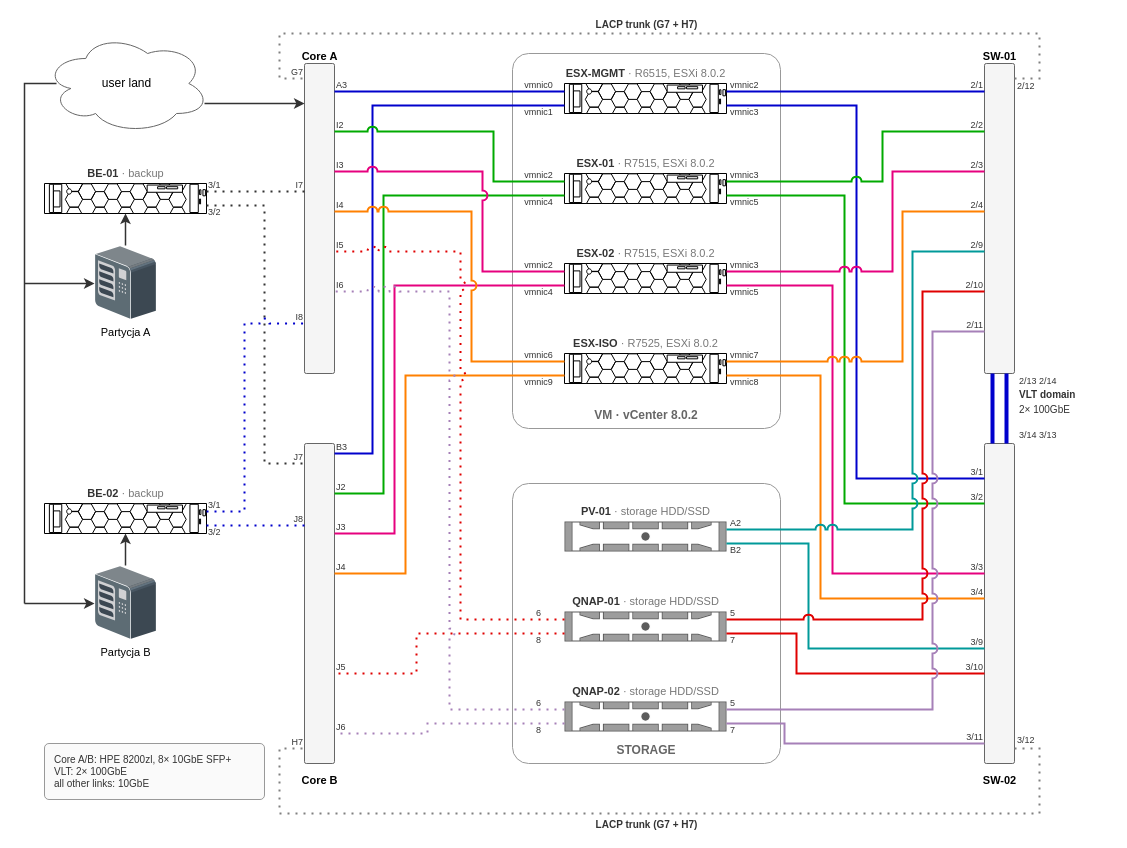
The draw.io diagram esx-V2.drawio in BO-RU-TA/mysnippets, before the edit. Source tidied: cells renumbered, new cells numbered last; positions are measured from the earlier drawing's top-left corner, leaving out a move shared by most shapes. Both pictures are drawn from the tidied source at 100%, with x=0, y=0 at pixel (24, 17).
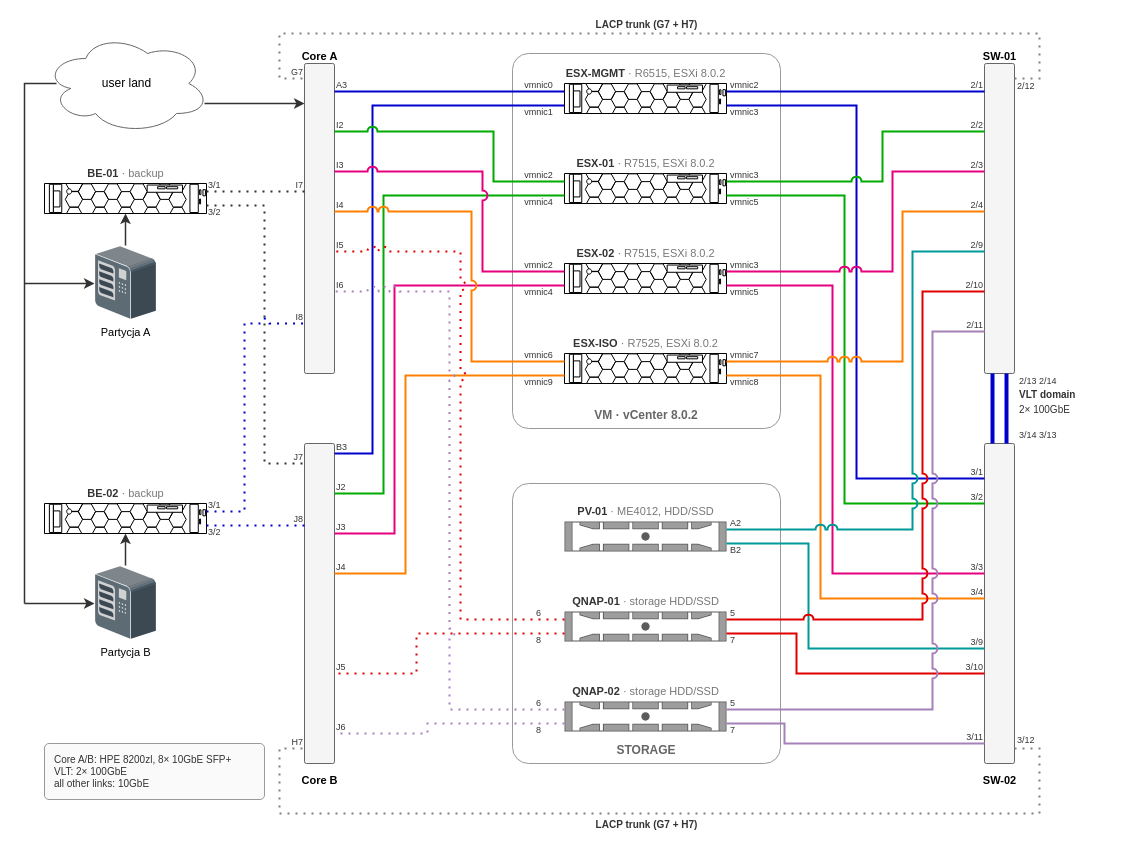
Above is the later version.

Commit message:
esx-V2.drawio: PowerVault model

The edit, as a diff of the source:
```diff
@@
-    <mxCell id="69" value="&lt;b&gt;PV-01&lt;/b&gt; &lt;font color=&quot;#777777&quot;&gt;· storage HDD/SSD&lt;/font&gt;" style="text;html=1;align=center;verticalAlign=middle;fontSize=11;fontColor=#333333;spacing=0;" parent="1" vertex="1">
+    <mxCell id="69" value="&lt;b&gt;PV-01&lt;/b&gt; &lt;font color=&quot;#777777&quot;&gt;· ME4012, HDD/SSD&lt;/font&gt;" style="text;html=1;align=center;verticalAlign=middle;fontSize=11;fontColor=#333333;spacing=0;" parent="1" vertex="1">
       <mxGeometry x="500" y="487" width="242" height="14" as="geometry" />
     </mxCell>
```
